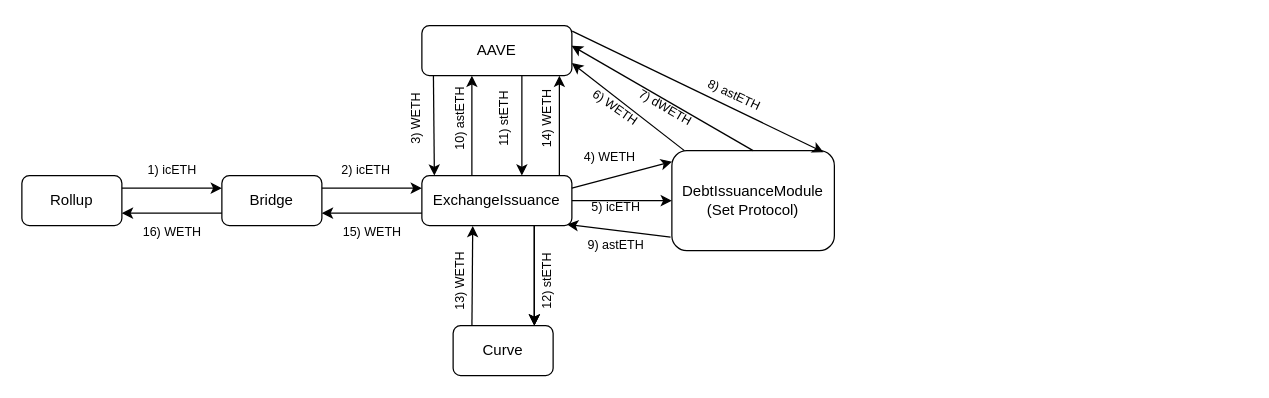
This is page "Redeem" (2 of 4) of Issue icETH.drawio from tajobin/Diagrams, a draw.io file, before an edit. Source tidied: cells renumbered, new cells numbered last; positions are measured from the earlier drawing's top-left corner, leaving out a move shared by most shapes. Both pictures are drawn from the tidied source at 125%, with x=0, y=0 at pixel (21, 25).
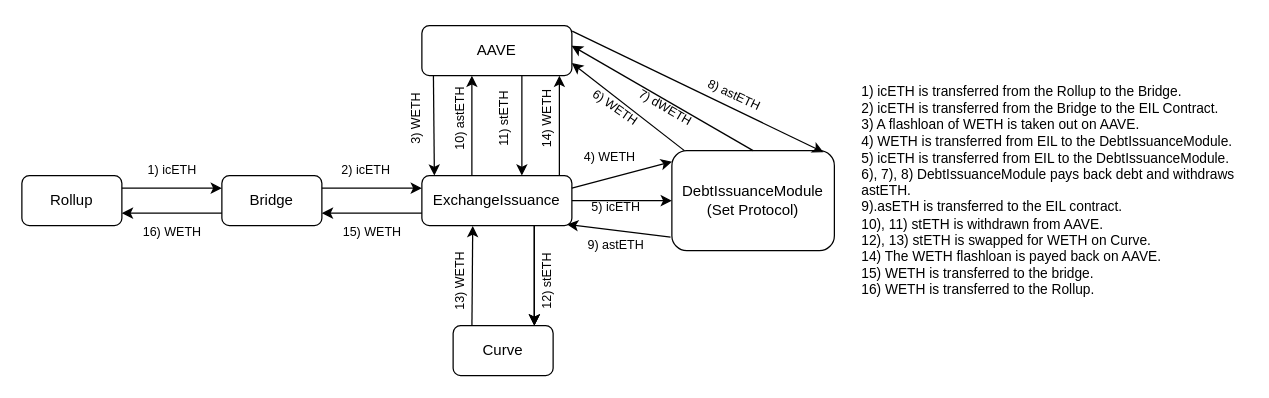
The same diagram, later.

Diff of the diagram source:
```diff
@@
+    <mxCell id="43" value="1) icETH is transferred from the Rollup to the Bridge.&lt;br style=&quot;font-size: 11px;&quot;&gt;2) icETH is transferred from the Bridge to the EIL Contract.&lt;br style=&quot;font-size: 11px;&quot;&gt;3) A flashloan of WETH is taken out on AAVE.&lt;br style=&quot;font-size: 11px;&quot;&gt;4) WETH is transferred from EIL to the DebtIssuanceModule.&lt;br style=&quot;font-size: 11px;&quot;&gt;5) icETH is transferred from EIL to the DebtIssuanceModule.&lt;br style=&quot;font-size: 11px;&quot;&gt;6), 7), 8) DebtIssuanceModule pays back debt and withdraws astETH.&lt;br style=&quot;font-size: 11px;&quot;&gt;9).asETH is transferred to the EIL contract.&lt;br style=&quot;font-size: 11px;&quot;&gt;10), 11) stETH is withdrawn from AAVE.&lt;br style=&quot;font-size: 11px;&quot;&gt;12), 13) stETH is swapped for WETH on Curve.&lt;br&gt;14) The WETH flashloan is payed back on AAVE.&lt;br style=&quot;font-size: 11px;&quot;&gt;15) WETH is transferred to the bridge.&lt;br style=&quot;font-size: 11px;&quot;&gt;16) WETH is transferred to the Rollup." style="text;whiteSpace=wrap;html=1;fontSize=11;" parent="1" vertex="1">
+      <mxGeometry x="670" y="40" width="310" height="220" as="geometry" />
+    </mxCell>
```
